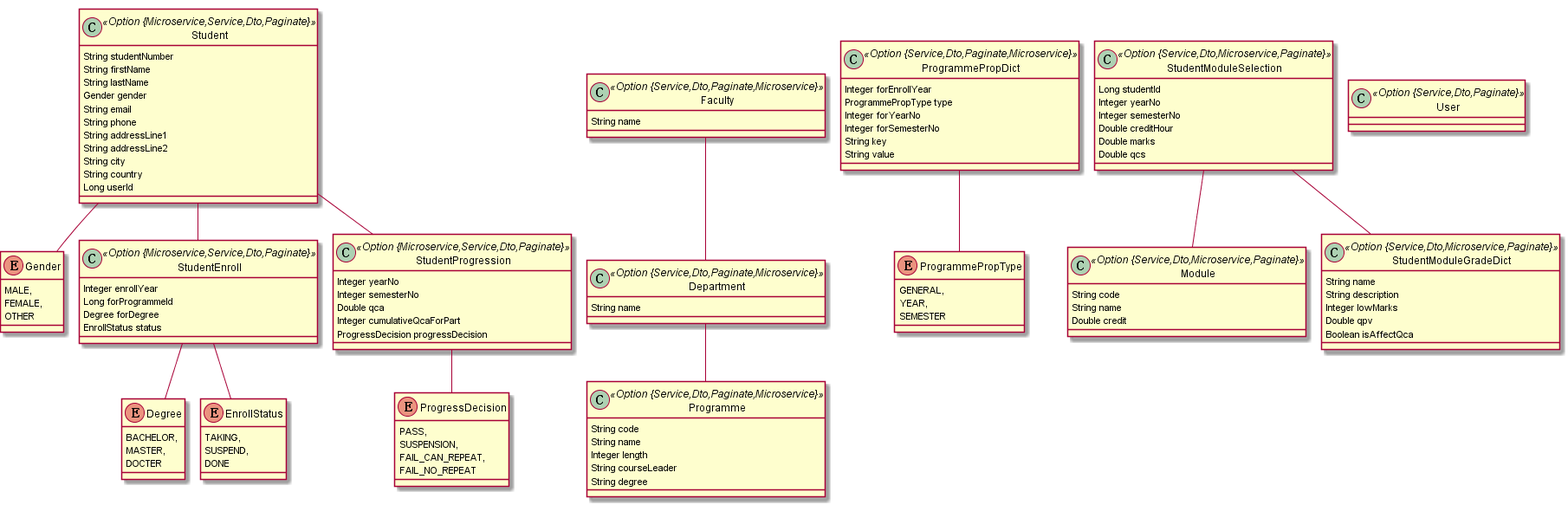
The PlantUML diagram project.png in skarlet-witcher/student-record-system, before a commit. Its diagram source:
```plantuml
@startuml
	!pragma graphviz_dot jdot
	!pragma syntax class
	class Student <<Option {Microservice,Service,Dto,Paginate}>> {
		String studentNumber
		String firstName
		String lastName
		Gender gender
		String email
		String phone
		String addressLine1
		String addressLine2
		String city
		String country
		Long userId
	}
	Student ..> Gender
	class StudentEnroll <<Option {Microservice,Service,Dto,Paginate}>> {
		Integer enrollYear
		Long forProgrammeId
		Degree forDegree
		EnrollStatus status
	}
	StudentEnroll ..> Degree
	StudentEnroll ..> EnrollStatus
	enum Degree {
		BACHELOR,
		MASTER,
		DOCTER
	}
	enum EnrollStatus {
		TAKING,
		SUSPEND,
		DONE
	}
	Student  "0..1 " --o "Student(studentNumber) 0..* "  StudentEnroll
	enum Gender {
		MALE,
		FEMALE,
		OTHER
	}
	class StudentProgression <<Option {Microservice,Service,Dto,Paginate}>> {
		Integer yearNo
		Integer semesterNo
		Double qca
		Integer cumulativeQcaForPart
		ProgressDecision progressDecision
	}
	StudentProgression ..> ProgressDecision
	enum ProgressDecision {
		PASS,
		SUSPENSION,
		FAIL_CAN_REPEAT,
		FAIL_NO_REPEAT
	}
	Student  "0..1 " --o "Student(studentNumber) 0..* "  StudentProgression
	class Faculty <<Option {Service,Dto,Paginate,Microservice}>> {
		String name
	}
	class Department <<Option {Service,Dto,Paginate,Microservice}>> {
		String name
	}
	class Programme <<Option {Service,Dto,Paginate,Microservice}>> {
		String code
		String name
		Integer length
		String courseLeader
		String degree
	}
	class ProgrammePropDict <<Option {Service,Dto,Paginate,Microservice}>> {
		Integer forEnrollYear
		ProgrammePropType type
		Integer forYearNo
		Integer forSemesterNo
		String key
		String value
	}
	ProgrammePropDict ..> ProgrammePropType
	enum ProgrammePropType {
		GENERAL,
		YEAR,
		SEMESTER
	}
	Faculty  "0..1 " --o "Faculty(name)  1..* "  Department
	Department  "0..1 " --o "Department(name)  1..* "  Programme
	class Module <<Option {Service,Dto,Microservice,Paginate}>> {
		String code
		String name
		Double credit
	}
	class StudentModuleSelection <<Option {Service,Dto,Microservice,Paginate}>> {
		Long studentId
		Integer yearNo
		Integer semesterNo
		Double creditHour
		Double marks
		Double qcs
	}
	StudentModuleSelection  "Module(name) 0..* " o-- "0..1 "  Module
	class StudentModuleGradeDict <<Option {Service,Dto,Microservice,Paginate}>> {
		String name
		String description
		Integer lowMarks
		Double qpv
		Boolean isAffectQca
	}
	StudentModuleSelection  "StudentModuleGradeType(name) 0..* " o-- "0..1 "  StudentModuleGradeDict
	class User <<Option {Service,Dto,Paginate}>> {
	}
@enduml
```
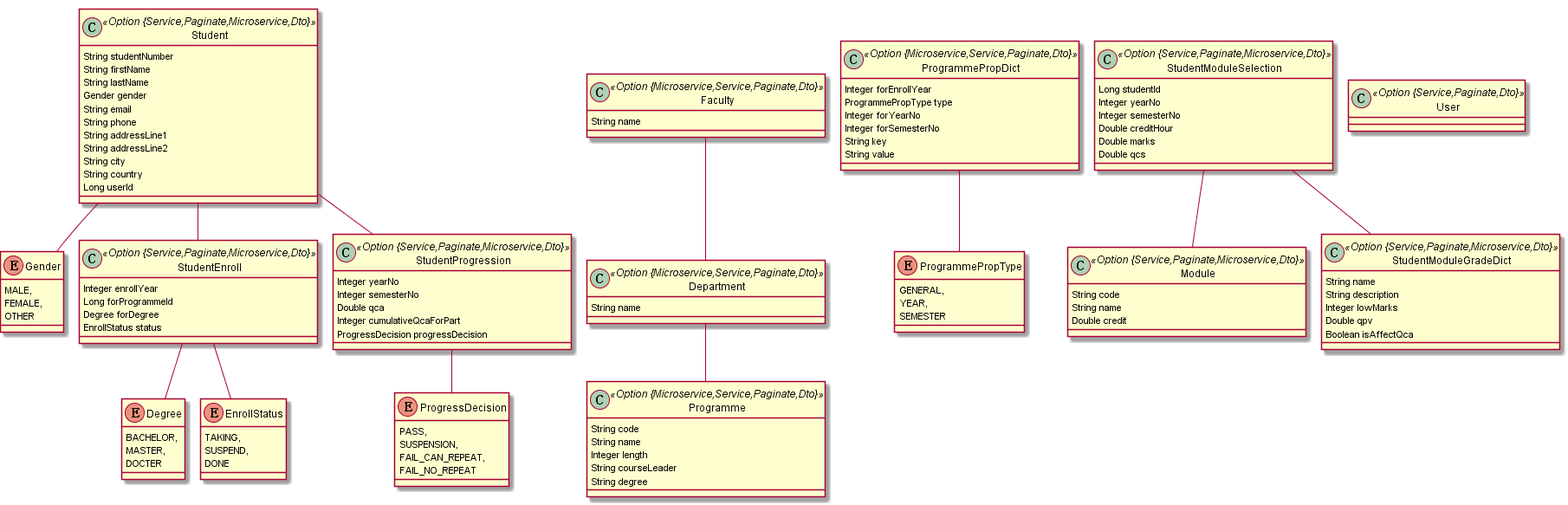
Above is the later version.

What changed in the source:
```diff
@@ -1,7 +1,7 @@
 @startuml
 	!pragma graphviz_dot jdot
 	!pragma syntax class
-	class Student <<Option {Microservice,Service,Dto,Paginate}>> {
+	class Student <<Option {Service,Paginate,Microservice,Dto}>> {
 		String studentNumber
 		String firstName
 		String lastName
@@ -15,7 +15,7 @@
 		Long userId
 	}
 	Student ..> Gender
-	class StudentEnroll <<Option {Microservice,Service,Dto,Paginate}>> {
+	class StudentEnroll <<Option {Service,Paginate,Microservice,Dto}>> {
 		Integer enrollYear
 		Long forProgrammeId
 		Degree forDegree
@@ -39,7 +39,7 @@
 		FEMALE,
 		OTHER
 	}
-	class StudentProgression <<Option {Microservice,Service,Dto,Paginate}>> {
+	class StudentProgression <<Option {Service,Paginate,Microservice,Dto}>> {
 		Integer yearNo
 		Integer semesterNo
 		Double qca
@@ -54,20 +54,20 @@
 		FAIL_NO_REPEAT
 	}
 	Student  "0..1 " --o "Student(studentNumber) 0..* "  StudentProgression
-	class Faculty <<Option {Service,Dto,Paginate,Microservice}>> {
+	class Faculty <<Option {Microservice,Service,Paginate,Dto}>> {
 		String name
 	}
-	class Department <<Option {Service,Dto,Paginate,Microservice}>> {
+	class Department <<Option {Microservice,Service,Paginate,Dto}>> {
 		String name
 	}
-	class Programme <<Option {Service,Dto,Paginate,Microservice}>> {
+	class Programme <<Option {Microservice,Service,Paginate,Dto}>> {
 		String code
 		String name
 		Integer length
 		String courseLeader
 		String degree
 	}
-	class ProgrammePropDict <<Option {Service,Dto,Paginate,Microservice}>> {
+	class ProgrammePropDict <<Option {Microservice,Service,Paginate,Dto}>> {
 		Integer forEnrollYear
 		ProgrammePropType type
 		Integer forYearNo
@@ -83,12 +83,12 @@
 	}
 	Faculty  "0..1 " --o "Faculty(name)  1..* "  Department
 	Department  "0..1 " --o "Department(name)  1..* "  Programme
-	class Module <<Option {Service,Dto,Microservice,Paginate}>> {
+	class Module <<Option {Service,Paginate,Microservice,Dto}>> {
 		String code
 		String name
 		Double credit
 	}
-	class StudentModuleSelection <<Option {Service,Dto,Microservice,Paginate}>> {
+	class StudentModuleSelection <<Option {Service,Paginate,Microservice,Dto}>> {
 		Long studentId
 		Integer yearNo
 		Integer semesterNo
@@ -97,7 +97,7 @@
 		Double qcs
 	}
 	StudentModuleSelection  "Module(name) 0..* " o-- "0..1 "  Module
-	class StudentModuleGradeDict <<Option {Service,Dto,Microservice,Paginate}>> {
+	class StudentModuleGradeDict <<Option {Service,Paginate,Microservice,Dto}>> {
 		String name
 		String description
 		Integer lowMarks
@@ -105,6 +105,6 @@
 		Boolean isAffectQca
 	}
 	StudentModuleSelection  "StudentModuleGradeType(name) 0..* " o-- "0..1 "  StudentModuleGradeDict
-	class User <<Option {Service,Dto,Paginate}>> {
+	class User <<Option {Service,Paginate,Dto}>> {
 	}
 @enduml
```
